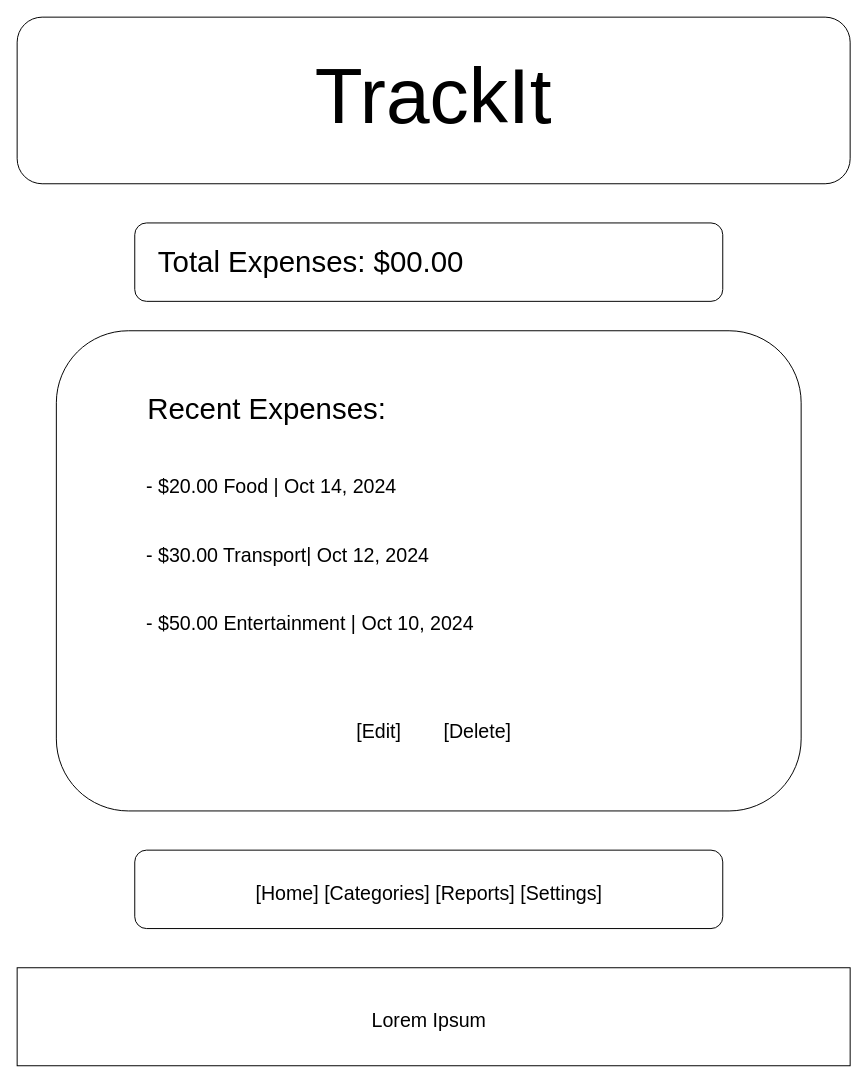
Above: wireframes/wire-frames/trackit.drawio in wcvaughan/wdd131 (draw.io), before the change. Source tidied: cells renumbered, new cells numbered last; positions are measured from the earlier drawing's top-left corner, leaving out a move shared by most shapes. Both pictures are drawn from the tidied source at 98%, with x=0, y=0 at pixel (17, 17).
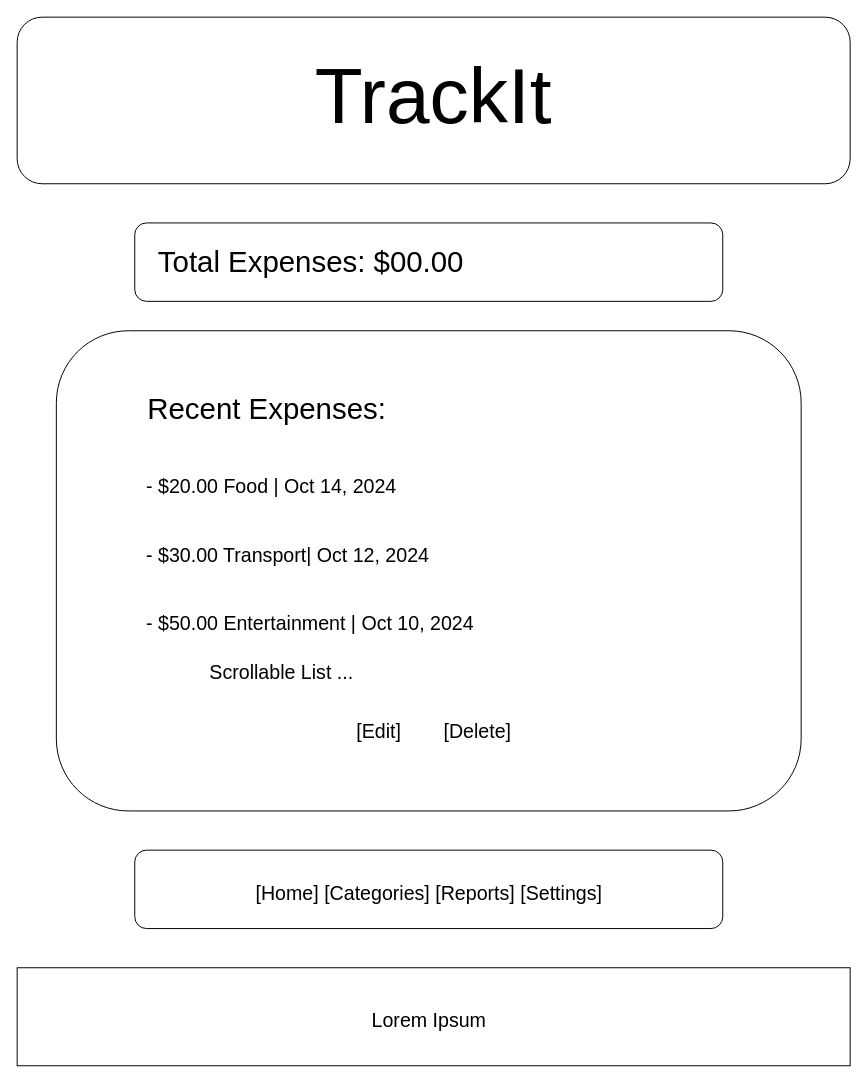
Above is the later version.

The edit, as a diff of the source:
```diff
@@
 <mxGraphModel>
   <root>
     <mxCell id="0" />
     <mxCell id="1" parent="0" />
     <mxCell id="2" style="rounded=1;whiteSpace=wrap;html=1;" parent="1" vertex="1">
       <mxGeometry width="850" height="170" as="geometry" />
     </mxCell>
     <mxCell id="3" style="rounded=1;whiteSpace=wrap;html=1;" parent="1" vertex="1">
       <mxGeometry x="120" y="210" width="600" height="80" as="geometry" />
     </mxCell>
     <mxCell id="4" style="rounded=1;whiteSpace=wrap;html=1;" parent="1" vertex="1">
       <mxGeometry x="40" y="320" width="760" height="490" as="geometry" />
     </mxCell>
     <mxCell id="5" style="rounded=1;whiteSpace=wrap;html=1;" parent="1" vertex="1">
       <mxGeometry x="120" y="850" width="600" height="80" as="geometry" />
     </mxCell>
     <mxCell id="6" style="rounded=0;whiteSpace=wrap;html=1;" parent="1" vertex="1">
       <mxGeometry y="970" width="850" height="100" as="geometry" />
     </mxCell>
     <mxCell id="7" value="&lt;font style=&quot;font-size: 80px;&quot;&gt;TrackIt&lt;/font&gt;" style="text;strokeColor=none;align=center;fillColor=none;html=1;verticalAlign=middle;whiteSpace=wrap;rounded=0;" parent="1" vertex="1">
       <mxGeometry x="255" y="50" width="340" height="60" as="geometry" />
     </mxCell>
     <mxCell id="8" value="&lt;font style=&quot;font-size: 30px;&quot;&gt;Total Expenses: $00.00&lt;/font&gt;" style="text;strokeColor=none;align=center;fillColor=none;html=1;verticalAlign=middle;whiteSpace=wrap;rounded=0;fontSize=30;" parent="1" vertex="1">
       <mxGeometry x="130" y="220" width="340" height="60" as="geometry" />
     </mxCell>
     <mxCell id="9" value="&lt;font style=&quot;font-size: 30px;&quot;&gt;Recent Expenses:&lt;/font&gt;" style="text;strokeColor=none;align=center;fillColor=none;html=1;verticalAlign=middle;whiteSpace=wrap;rounded=0;fontSize=30;" parent="1" vertex="1">
       <mxGeometry x="85" y="370" width="340" height="60" as="geometry" />
     </mxCell>
     <mxCell id="10" value="&lt;span style=&quot;font-size: 20px;&quot;&gt;- $20.00 Food | Oct 14, 2024&amp;nbsp;&lt;/span&gt;" style="text;strokeColor=none;align=left;fillColor=none;html=1;verticalAlign=middle;whiteSpace=wrap;rounded=0;fontSize=30;" parent="1" vertex="1">
       <mxGeometry x="130" y="440" width="495" height="70" as="geometry" />
     </mxCell>
     <mxCell id="11" value="&lt;span style=&quot;font-size: 20px;&quot;&gt;- $30.00 Transport| Oct 12, 2024&lt;/span&gt;" style="text;strokeColor=none;align=left;fillColor=none;html=1;verticalAlign=middle;whiteSpace=wrap;rounded=0;fontSize=30;" parent="1" vertex="1">
       <mxGeometry x="130" y="510" width="495" height="70" as="geometry" />
     </mxCell>
     <mxCell id="12" value="&lt;span style=&quot;font-size: 20px;&quot;&gt;- $50.00 Entertainment | Oct 10, 2024&lt;/span&gt;" style="text;strokeColor=none;align=left;fillColor=none;html=1;verticalAlign=middle;whiteSpace=wrap;rounded=0;fontSize=30;" parent="1" vertex="1">
       <mxGeometry x="130" y="580" width="495" height="70" as="geometry" />
     </mxCell>
     <mxCell id="13" value="&lt;span style=&quot;font-size: 20px;&quot;&gt;[Edit]&lt;span style=&quot;white-space: pre;&quot;&gt;&#9;&lt;/span&gt;[Delete]&lt;/span&gt;" style="text;strokeColor=none;align=center;fillColor=none;html=1;verticalAlign=middle;whiteSpace=wrap;rounded=0;fontSize=30;" parent="1" vertex="1">
       <mxGeometry x="178" y="690" width="495" height="70" as="geometry" />
     </mxCell>
     <mxCell id="14" value="&lt;span style=&quot;font-size: 20px;&quot;&gt;[Home] [Categories]&amp;nbsp;&lt;/span&gt;&lt;span style=&quot;font-size: 20px;&quot;&gt;[Reports]&amp;nbsp;&lt;/span&gt;&lt;span style=&quot;font-size: 20px;&quot;&gt;[Settings]&lt;/span&gt;" style="text;strokeColor=none;align=center;fillColor=none;html=1;verticalAlign=middle;whiteSpace=wrap;rounded=0;fontSize=30;" parent="1" vertex="1">
       <mxGeometry x="172.5" y="855" width="495" height="70" as="geometry" />
     </mxCell>
     <mxCell id="15" value="&lt;span style=&quot;font-size: 20px;&quot;&gt;Lorem Ipsum&lt;/span&gt;" style="text;strokeColor=none;align=center;fillColor=none;html=1;verticalAlign=middle;whiteSpace=wrap;rounded=0;fontSize=30;" parent="1" vertex="1">
       <mxGeometry x="172.5" y="985" width="495" height="70" as="geometry" />
     </mxCell>
+    <mxCell id="16" value="&lt;span style=&quot;font-size: 20px;&quot;&gt;Scrollable List ...&lt;/span&gt;" style="text;strokeColor=none;align=center;fillColor=none;html=1;verticalAlign=middle;whiteSpace=wrap;rounded=0;fontSize=30;" parent="1" vertex="1">
+      <mxGeometry x="130" y="630" width="280" height="70" as="geometry" />
+    </mxCell>
   </root>
 </mxGraphModel>
```
